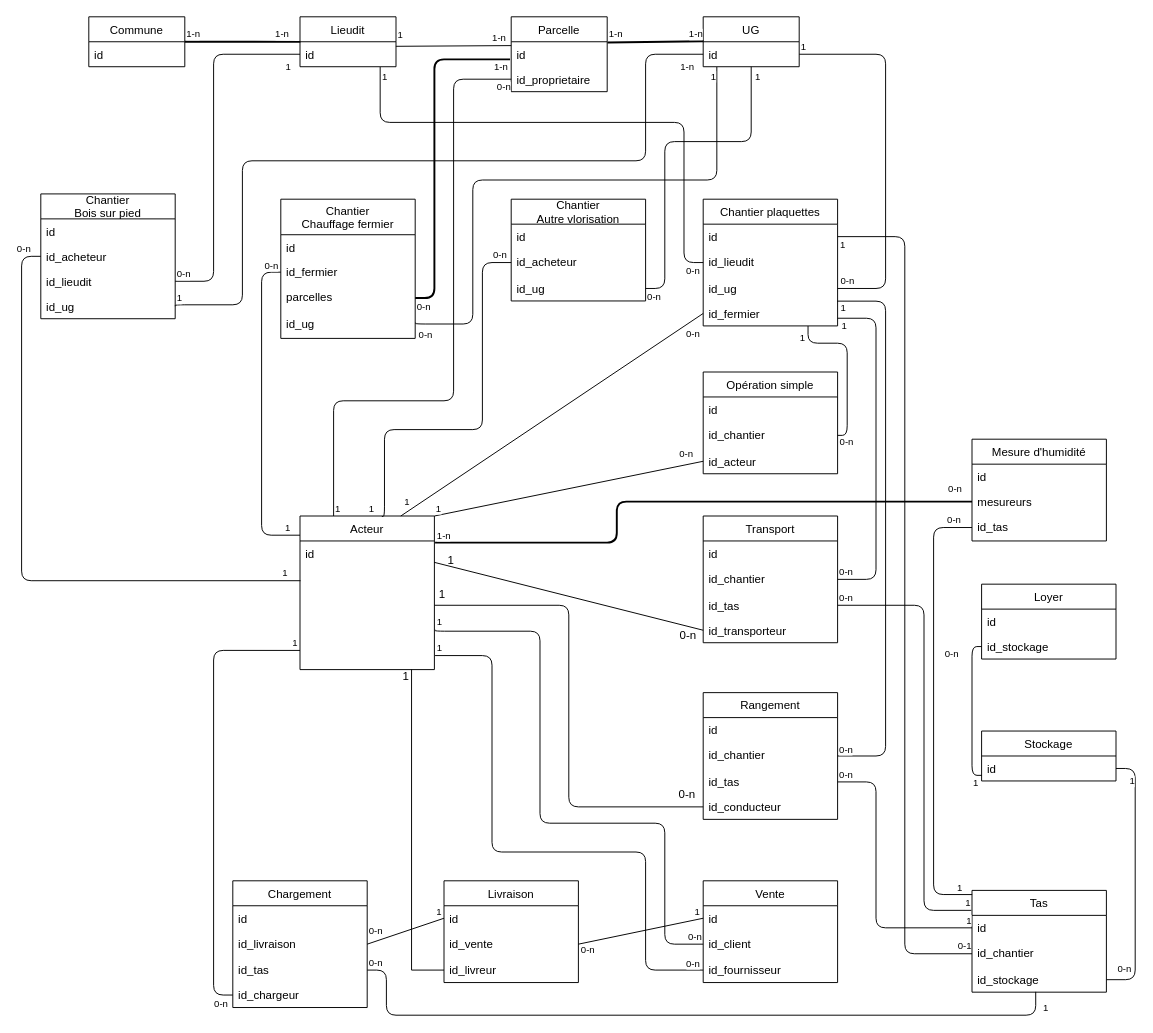
Earlier version of the draw.io diagram docs/mcd-bdl.drawio (bdlarzac/chantiers). Source tidied: cells renumbered, new cells numbered last; positions are measured from the earlier drawing's top-left corner, leaving out a move shared by most shapes. Both pictures are drawn from the tidied source at 96%, with x=0, y=0 at pixel (21, 16).
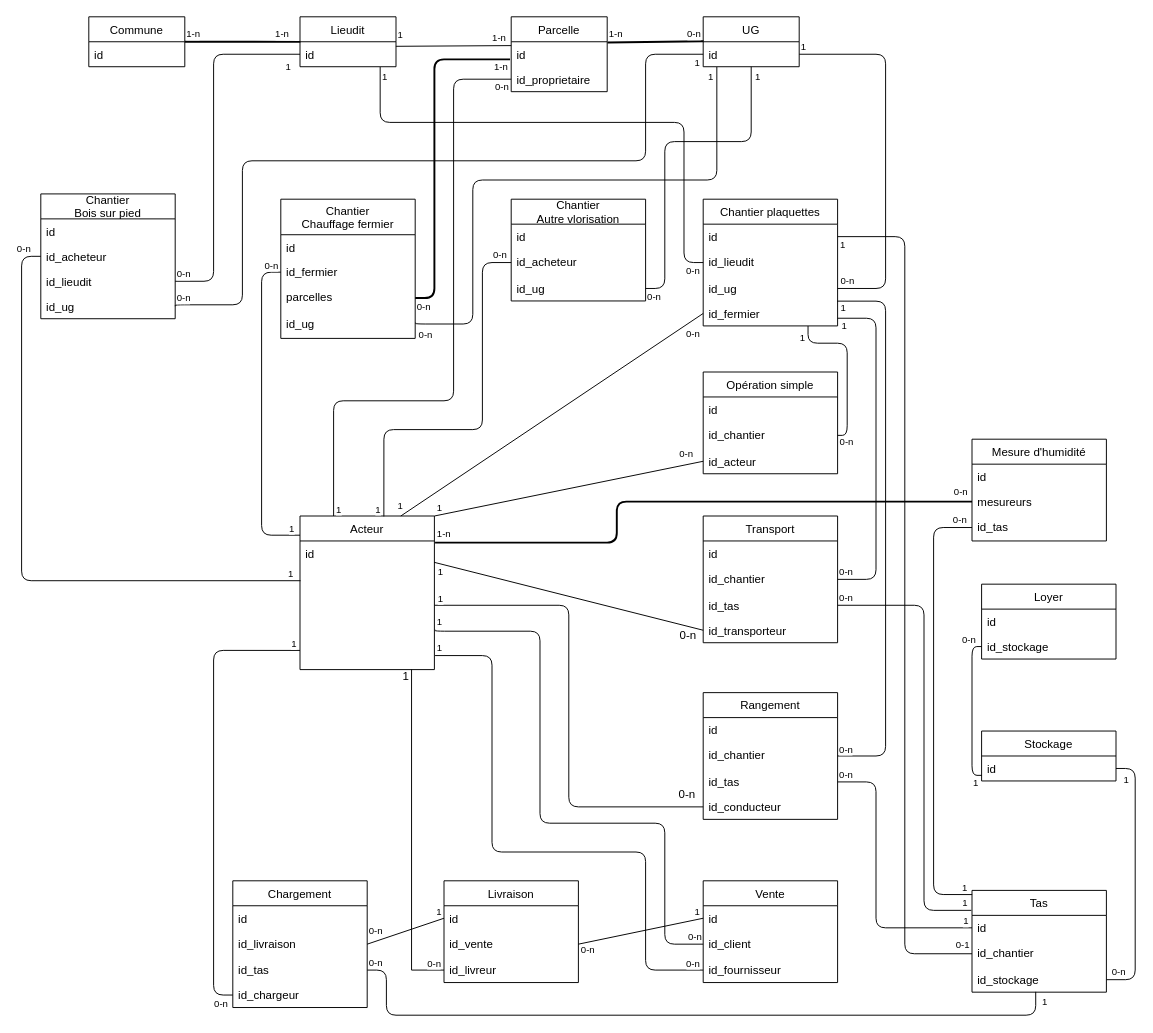
The same diagram, later.

Unchanged cells that the change refers to:
```xml
<mxCell id="12" value="Acteur" style="swimlane;fontStyle=0;horizontal=1;startSize=26;fillColor=none;" parent="1" vertex="1">
  <mxGeometry x="290" y="520" width="140" height="160" as="geometry" />
</mxCell>
<mxCell id="39" style="endArrow=none;html=1;edgeStyle=orthogonalEdgeStyle;strokeWidth=1;exitX=1;exitY=0.5;exitDx=0;exitDy=0;entryX=1;entryY=0.5;entryDx=0;entryDy=0;" parent="1" edge="1" source="129" target="153">
  <mxGeometry relative="1" as="geometry">
    <Array as="points">
      <mxPoint x="1160" y="1003" />
      <mxPoint x="1160" y="783" />
    </Array>
  </mxGeometry>
</mxCell>
<mxCell id="42" style="endArrow=none;html=1;edgeStyle=orthogonalEdgeStyle;strokeWidth=1;exitX=0.001;exitY=0.041;exitDx=0;exitDy=0;entryX=0;entryY=0.5;entryDx=0;entryDy=0;exitPerimeter=0;" parent="1" edge="1" source="126" target="133">
  <mxGeometry relative="1" as="geometry">
    <Array as="points">
      <mxPoint x="950" y="914" />
      <mxPoint x="950" y="532" />
    </Array>
  </mxGeometry>
</mxCell>
<mxCell id="45" style="endArrow=none;html=1;edgeStyle=orthogonalEdgeStyle;strokeWidth=1;entryX=0.003;entryY=0.775;entryDx=0;entryDy=0;entryPerimeter=0;exitX=0;exitY=0.5;exitDx=0;exitDy=0;" parent="1" edge="1" source="151" target="153">
  <mxGeometry relative="1" as="geometry">
    <Array as="points">
      <mxPoint x="990" y="656" />
      <mxPoint x="990" y="790" />
    </Array>
  </mxGeometry>
</mxCell>
<mxCell id="48" style="endArrow=none;html=1;entryX=0;entryY=0.5;entryDx=0;entryDy=0;exitX=1;exitY=0;exitDx=0;exitDy=0;" parent="1" edge="1" source="12" target="17">
  <mxGeometry relative="1" as="geometry" />
</mxCell>
<mxCell id="51" style="endArrow=none;html=1;entryX=0;entryY=0.5;entryDx=0;entryDy=0;exitX=0.75;exitY=0;exitDx=0;exitDy=0;" parent="1" edge="1" source="12" target="11">
  <mxGeometry relative="1" as="geometry" />
</mxCell>
<mxCell id="66" style="endArrow=none;html=1;edgeStyle=orthogonalEdgeStyle;entryX=0;entryY=0.5;entryDx=0;entryDy=0;exitX=1;exitY=0.5;exitDx=0;exitDy=0;" parent="1" edge="1" source="8" target="128">
  <mxGeometry relative="1" as="geometry" />
</mxCell>
<mxCell id="69" style="endArrow=none;html=1;edgeStyle=orthogonalEdgeStyle;entryX=0;entryY=0.5;entryDx=0;entryDy=0;exitX=0.004;exitY=0.309;exitDx=0;exitDy=0;exitPerimeter=0;" parent="1" edge="1" source="13" target="111">
  <mxGeometry relative="1" as="geometry">
    <Array as="points">
      <mxPoint y="587" />
      <mxPoint y="250" />
    </Array>
  </mxGeometry>
</mxCell>
<mxCell id="89" value="id_acheteur" style="text;strokeColor=none;fillColor=none;align=left;verticalAlign=top;spacingLeft=4;spacingRight=4;overflow=hidden;points=[[0,0.5],[1,0.5]];portConstraint=eastwest;" parent="87" vertex="1">
  <mxGeometry y="52" width="140" height="28" as="geometry" />
</mxCell>
<mxCell id="91" style="endArrow=none;html=1;edgeStyle=orthogonalEdgeStyle;strokeWidth=1;entryX=0;entryY=0.5;entryDx=0;entryDy=0;exitX=0.25;exitY=0;exitDx=0;exitDy=0;" parent="1" edge="1" source="12" target="76">
  <mxGeometry relative="1" as="geometry">
    <Array as="points">
      <mxPoint x="325" y="400" />
      <mxPoint x="450" y="400" />
      <mxPoint x="450" y="65" />
    </Array>
  </mxGeometry>
</mxCell>
<mxCell id="94" style="endArrow=none;html=1;strokeWidth=2;exitX=1.003;exitY=0.028;exitDx=0;exitDy=0;exitPerimeter=0;entryX=0.003;entryY=-0.019;entryDx=0;entryDy=0;entryPerimeter=0;" parent="1" edge="1" source="75" target="73">
  <mxGeometry relative="1" as="geometry" />
</mxCell>
<mxCell id="106" style="endArrow=none;html=1;edgeStyle=orthogonalEdgeStyle;strokeWidth=1;entryX=0.142;entryY=1.012;entryDx=0;entryDy=0;entryPerimeter=0;exitX=1.003;exitY=0.417;exitDx=0;exitDy=0;exitPerimeter=0;" parent="1" edge="1" source="6" target="73">
  <mxGeometry relative="1" as="geometry">
    <Array as="points">
      <mxPoint x="410" y="320" />
      <mxPoint x="470" y="320" />
      <mxPoint x="470" y="170" />
      <mxPoint x="724" y="170" />
    </Array>
  </mxGeometry>
</mxCell>
<mxCell id="114" style="endArrow=none;html=1;edgeStyle=orthogonalEdgeStyle;strokeWidth=1;exitX=1;exitY=0.5;exitDx=0;exitDy=0;entryX=0;entryY=0.5;entryDx=0;entryDy=0;" parent="1" edge="1" source="113" target="73">
  <mxGeometry relative="1" as="geometry">
    <Array as="points">
      <mxPoint x="160" y="300" />
      <mxPoint x="230" y="300" />
      <mxPoint x="230" y="150" />
      <mxPoint x="650" y="150" />
      <mxPoint x="650" y="39" />
    </Array>
  </mxGeometry>
</mxCell>
<mxCell id="120" style="endArrow=none;html=1;edgeStyle=orthogonalEdgeStyle;strokeWidth=2;exitX=1.005;exitY=0.013;exitDx=0;exitDy=0;exitPerimeter=0;entryX=0;entryY=0.5;entryDx=0;entryDy=0;" parent="1" edge="1" source="13" target="132">
  <mxGeometry relative="1" as="geometry">
    <Array as="points">
      <mxPoint x="620" y="548" />
      <mxPoint x="620" y="505" />
    </Array>
  </mxGeometry>
</mxCell>
<mxCell id="143" style="endArrow=none;html=1;edgeStyle=orthogonalEdgeStyle;strokeWidth=1;exitX=1;exitY=0.5;exitDx=0;exitDy=0;entryX=-0.005;entryY=0.196;entryDx=0;entryDy=0;entryPerimeter=0;" parent="1" edge="1" source="21" target="126">
  <mxGeometry relative="1" as="geometry">
    <Array as="points">
      <mxPoint x="940" y="613" />
      <mxPoint x="940" y="931" />
      <mxPoint x="989" y="931" />
    </Array>
  </mxGeometry>
</mxCell>
<mxCell id="146" style="endArrow=none;html=1;edgeStyle=orthogonalEdgeStyle;strokeWidth=1;exitX=1;exitY=0.5;exitDx=0;exitDy=0;entryX=0;entryY=0.5;entryDx=0;entryDy=0;" parent="1" edge="1" source="26" target="127">
  <mxGeometry relative="1" as="geometry">
    <Array as="points">
      <mxPoint x="890" y="797" />
      <mxPoint x="890" y="949" />
    </Array>
  </mxGeometry>
</mxCell>
<mxCell id="154" style="endArrow=none;html=1;edgeStyle=orthogonalEdgeStyle;strokeWidth=1;exitX=1;exitY=0.5;exitDx=0;exitDy=0;entryX=0.474;entryY=0.987;entryDx=0;entryDy=0;entryPerimeter=0;" parent="1" edge="1" source="60" target="129">
  <mxGeometry relative="1" as="geometry">
    <Array as="points">
      <mxPoint x="380" y="993" />
      <mxPoint x="380" y="1040" />
      <mxPoint x="1056" y="1040" />
    </Array>
  </mxGeometry>
</mxCell>
<mxCell id="163" style="endArrow=none;html=1;edgeStyle=orthogonalEdgeStyle;strokeWidth=1;exitX=0;exitY=0.5;exitDx=0;exitDy=0;entryX=0;entryY=0.851;entryDx=0;entryDy=0;entryPerimeter=0;" parent="1" edge="1" source="61" target="13">
  <mxGeometry relative="1" as="geometry">
    <Array as="points">
      <mxPoint x="200" y="1019" />
      <mxPoint x="200" y="660" />
    </Array>
  </mxGeometry>
</mxCell>
<mxCell id="173" style="endArrow=none;html=1;edgeStyle=orthogonalEdgeStyle;entryX=0;entryY=0.5;entryDx=0;entryDy=0;" parent="1" edge="1" target="4">
  <mxGeometry relative="1" as="geometry">
    <mxPoint x="290" y="540" as="sourcePoint" />
    <Array as="points">
      <mxPoint x="250" y="540" />
      <mxPoint x="250" y="266" />
    </Array>
  </mxGeometry>
</mxCell>
```

The edit, as a diff of the source:
```diff
@@
-    <mxCell id="32" value="1" style="text;html=1;align=center;verticalAlign=middle;" parent="1" vertex="1">
-      <mxGeometry x="428" y="592" width="20" height="20" as="geometry" />
-    </mxCell>
@@
-    <mxCell id="35" value="1" style="text;html=1;align=center;verticalAlign=middle;" parent="1" vertex="1">
-      <mxGeometry x="437" y="556" width="20" height="20" as="geometry" />
-    </mxCell>
@@
     <mxCell id="40" value="0-n" style="html=1;align=left;verticalAlign=bottom;labelBackgroundColor=#ffffff;fontSize=10;" parent="39" vertex="1">
       <mxGeometry x="-1" relative="1" as="geometry">
-        <mxPoint x="10" y="-3" as="offset" />
+        <mxPoint x="4" as="offset" />
       </mxGeometry>
     </mxCell>
     <mxCell id="41" value="1" style="html=1;align=right;verticalAlign=bottom;labelBackgroundColor=#ffffff;fontSize=10;" parent="39" vertex="1">
       <mxGeometry x="1" relative="1" as="geometry">
-        <mxPoint x="19.9" y="21" as="offset" />
+        <mxPoint x="13.9" y="20" as="offset" />
       </mxGeometry>
     </mxCell>
@@
     <mxCell id="43" value="1" style="html=1;align=left;verticalAlign=bottom;labelBackgroundColor=#ffffff;fontSize=10;" parent="42" vertex="1">
       <mxGeometry x="-1" relative="1" as="geometry">
-        <mxPoint x="-17.3" y="1" as="offset" />
+        <mxPoint x="-12.3" y="1" as="offset" />
       </mxGeometry>
     </mxCell>
     <mxCell id="44" value="0-n" style="html=1;align=right;verticalAlign=bottom;labelBackgroundColor=#ffffff;fontSize=10;" parent="42" vertex="1">
       <mxGeometry x="1" relative="1" as="geometry">
-        <mxPoint x="-10.5" as="offset" />
+        <mxPoint x="-4.5" as="offset" />
       </mxGeometry>
     </mxCell>
@@
     <mxCell id="46" value="0-n" style="html=1;align=left;verticalAlign=bottom;labelBackgroundColor=#ffffff;fontSize=10;" parent="45" vertex="1">
       <mxGeometry x="-1" relative="1" as="geometry">
-        <mxPoint x="-40" y="15" as="offset" />
+        <mxPoint x="-22" y="1" as="offset" />
       </mxGeometry>
     </mxCell>
@@
     <mxCell id="49" value="1" style="html=1;align=left;verticalAlign=bottom;labelBackgroundColor=#ffffff;fontSize=10;" parent="48" vertex="1">
-      <mxGeometry x="-1" relative="1" as="geometry" />
+      <mxGeometry x="-1" relative="1" as="geometry">
+        <mxPoint x="1" y="-1" as="offset" />
+      </mxGeometry>
     </mxCell>
@@
     <mxCell id="52" value="1" style="html=1;align=left;verticalAlign=bottom;labelBackgroundColor=#ffffff;fontSize=10;" parent="51" vertex="1">
       <mxGeometry x="-1" relative="1" as="geometry">
-        <mxPoint x="1.7" y="-6.6" as="offset" />
+        <mxPoint x="-5.3" y="-2.6" as="offset" />
       </mxGeometry>
     </mxCell>
@@
-    <mxCell id="54" style="endArrow=none;html=1;edgeStyle=orthogonalEdgeStyle;entryX=0;entryY=0.5;entryDx=0;entryDy=0;exitX=0.609;exitY=0.003;exitDx=0;exitDy=0;exitPerimeter=0;" parent="1" edge="1" source="12" target="89">
+    <mxCell id="54" style="endArrow=none;html=1;edgeStyle=orthogonalEdgeStyle;entryX=0;entryY=0.5;entryDx=0;entryDy=0;exitX=0.624;exitY=0.003;exitDx=0;exitDy=0;exitPerimeter=0;" parent="1" edge="1" source="12" target="89">
       <mxGeometry relative="1" as="geometry">
         <Array as="points">
-          <mxPoint x="378" y="521" />
-          <mxPoint x="378" y="430" />
+          <mxPoint x="377" y="430" />
           <mxPoint x="480" y="430" />
           <mxPoint x="480" y="256" />
         </Array>
       </mxGeometry>
     </mxCell>
     <mxCell id="55" value="1" style="html=1;align=left;verticalAlign=bottom;labelBackgroundColor=#ffffff;fontSize=10;" parent="54" vertex="1">
       <mxGeometry x="-1" relative="1" as="geometry">
-        <mxPoint x="-15.3" y="-0.5" as="offset" />
+        <mxPoint x="-10.3" y="0.5" as="offset" />
       </mxGeometry>
     </mxCell>
@@
     <mxCell id="68" value="0-1" style="html=1;align=right;verticalAlign=bottom;labelBackgroundColor=#ffffff;fontSize=10;" parent="66" vertex="1">
-      <mxGeometry x="1" relative="1" as="geometry" />
+      <mxGeometry x="1" relative="1" as="geometry">
+        <mxPoint x="-2" y="-1" as="offset" />
+      </mxGeometry>
     </mxCell>
@@
     <mxCell id="70" value="1" style="html=1;align=left;verticalAlign=bottom;labelBackgroundColor=#ffffff;fontSize=10;" parent="69" vertex="1">
       <mxGeometry x="-1" relative="1" as="geometry">
-        <mxPoint x="-20.6" as="offset" />
+        <mxPoint x="-14.6" y="1" as="offset" />
       </mxGeometry>
     </mxCell>
@@
     <mxCell id="92" value="1" style="html=1;align=left;verticalAlign=bottom;labelBackgroundColor=#ffffff;fontSize=10;" parent="91" vertex="1">
-      <mxGeometry x="-1" relative="1" as="geometry" />
+      <mxGeometry x="-1" relative="1" as="geometry">
+        <mxPoint x="1" y="1" as="offset" />
+      </mxGeometry>
     </mxCell>
     <mxCell id="93" value="0-n" style="html=1;align=right;verticalAlign=bottom;labelBackgroundColor=#ffffff;fontSize=10;" parent="91" vertex="1">
       <mxGeometry x="1" relative="1" as="geometry">
-        <mxPoint y="15.8" as="offset" />
+        <mxPoint x="-2" y="15.8" as="offset" />
       </mxGeometry>
     </mxCell>
@@
-    <mxCell id="96" value="1-n" style="html=1;align=right;verticalAlign=bottom;labelBackgroundColor=#ffffff;fontSize=10;" parent="94" vertex="1">
+    <mxCell id="96" value="0-n" style="html=1;align=right;verticalAlign=bottom;labelBackgroundColor=#ffffff;fontSize=10;" parent="94" vertex="1">
       <mxGeometry x="1" relative="1" as="geometry">
-        <mxPoint x="-0.3" as="offset" />
+        <mxPoint x="-2.3" as="offset" />
       </mxGeometry>
     </mxCell>
@@
     <mxCell id="108" value="1" style="html=1;align=right;verticalAlign=bottom;labelBackgroundColor=#ffffff;fontSize=10;" parent="106" vertex="1">
       <mxGeometry x="1" relative="1" as="geometry">
-        <mxPoint y="17.9" as="offset" />
+        <mxPoint x="-3" y="17.9" as="offset" />
       </mxGeometry>
     </mxCell>
@@
-    <mxCell id="115" value="1" style="html=1;align=left;verticalAlign=bottom;labelBackgroundColor=#ffffff;fontSize=10;" parent="114" vertex="1">
+    <mxCell id="115" value="0-n" style="html=1;align=left;verticalAlign=bottom;labelBackgroundColor=#ffffff;fontSize=10;" parent="114" vertex="1">
       <mxGeometry x="-1" relative="1" as="geometry">
         <mxPoint y="-1" as="offset" />
       </mxGeometry>
     </mxCell>
-    <mxCell id="116" value="1-n" style="html=1;align=right;verticalAlign=bottom;labelBackgroundColor=#ffffff;fontSize=10;" parent="114" vertex="1">
+    <mxCell id="116" value="1" style="html=1;align=right;verticalAlign=bottom;labelBackgroundColor=#ffffff;fontSize=10;" parent="114" vertex="1">
       <mxGeometry x="1" relative="1" as="geometry">
-        <mxPoint x="-10" y="21" as="offset" />
+        <mxPoint x="-4" y="17" as="offset" />
       </mxGeometry>
     </mxCell>
@@
     <mxCell id="121" value="1-n" style="html=1;align=left;verticalAlign=bottom;labelBackgroundColor=#ffffff;fontSize=10;" parent="120" vertex="1">
-      <mxGeometry x="-1" relative="1" as="geometry" />
+      <mxGeometry x="-1" relative="1" as="geometry">
+        <mxPoint y="-2" as="offset" />
+      </mxGeometry>
     </mxCell>
     <mxCell id="122" value="0-n" style="html=1;align=right;verticalAlign=bottom;labelBackgroundColor=#ffffff;fontSize=10;" parent="120" vertex="1">
       <mxGeometry x="1" relative="1" as="geometry">
-        <mxPoint x="-10" y="-5" as="offset" />
+        <mxPoint x="-4" y="-2" as="offset" />
       </mxGeometry>
     </mxCell>
@@
     <mxCell id="144" value="1" style="html=1;align=right;verticalAlign=bottom;labelBackgroundColor=#ffffff;fontSize=10;" parent="143" vertex="1">
       <mxGeometry x="1" relative="1" as="geometry">
-        <mxPoint y="0.6" as="offset" />
+        <mxPoint x="-3" y="0.6" as="offset" />
       </mxGeometry>
     </mxCell>
@@
     <mxCell id="148" value="1" style="html=1;align=right;verticalAlign=bottom;labelBackgroundColor=#ffffff;fontSize=10;" parent="146" vertex="1">
-      <mxGeometry x="1" relative="1" as="geometry" />
+      <mxGeometry x="1" relative="1" as="geometry">
+        <mxPoint x="-3" y="1" as="offset" />
+      </mxGeometry>
     </mxCell>
@@
     <mxCell id="156" value="1" style="html=1;align=right;verticalAlign=bottom;labelBackgroundColor=#ffffff;fontSize=10;" parent="154" vertex="1">
       <mxGeometry x="1" relative="1" as="geometry">
-        <mxPoint x="13.6" y="24.2" as="offset" />
+        <mxPoint x="12.6" y="18.2" as="offset" />
       </mxGeometry>
     </mxCell>
@@
     <mxCell id="165" value="1" style="html=1;align=right;verticalAlign=bottom;labelBackgroundColor=#ffffff;fontSize=10;" parent="163" vertex="1">
       <mxGeometry x="1" relative="1" as="geometry">
-        <mxPoint x="-2" as="offset" />
+        <mxPoint x="-3" y="1" as="offset" />
       </mxGeometry>
     </mxCell>
@@
     <mxCell id="175" value="1" style="html=1;align=left;verticalAlign=bottom;labelBackgroundColor=#ffffff;fontSize=10;" parent="173" vertex="1">
       <mxGeometry x="-1" relative="1" as="geometry">
-        <mxPoint x="-16.8" as="offset" />
+        <mxPoint x="-12.8" y="1" as="offset" />
       </mxGeometry>
     </mxCell>
+    <mxCell id="176" value="1" style="html=1;align=left;verticalAlign=bottom;labelBackgroundColor=#ffffff;fontSize=10;" parent="1" vertex="1">
+      <mxGeometry x="432" y="614" as="geometry" />
+    </mxCell>
+    <mxCell id="177" value="1" style="html=1;align=left;verticalAlign=bottom;labelBackgroundColor=#ffffff;fontSize=10;" parent="1" vertex="1">
+      <mxGeometry x="432" y="586" as="geometry" />
+    </mxCell>
+    <mxCell id="178" value="0-n" style="html=1;align=left;verticalAlign=bottom;labelBackgroundColor=#ffffff;fontSize=10;" parent="1" vertex="1">
+      <mxGeometry x="420" y="980" as="geometry">
+        <mxPoint x="1" y="14" as="offset" />
+      </mxGeometry>
+    </mxCell>
```
